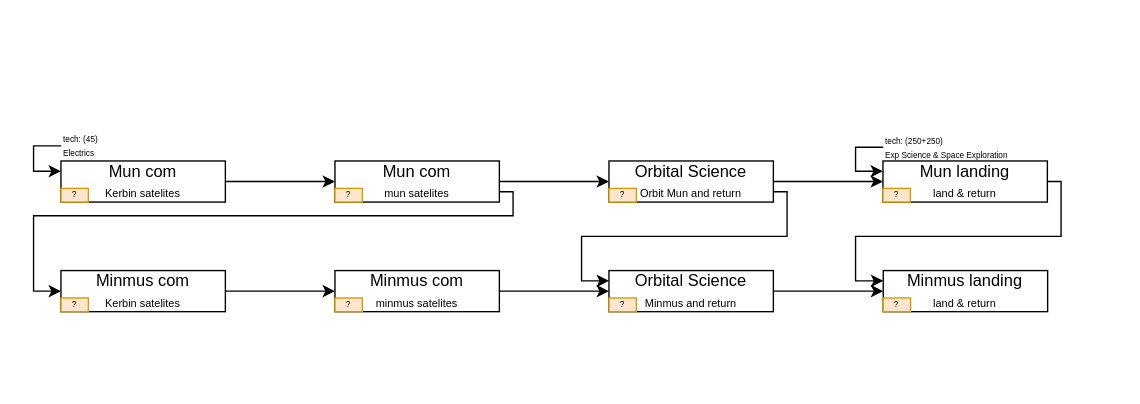
Before: doc/CP4 contracts.drawio in SaphireFalcon/real_career, a draw.io diagram. Source tidied: cells renumbered, new cells numbered last; positions are measured from the earlier drawing's top-left corner, leaving out a move shared by most shapes. Both pictures are drawn from the tidied source at 137%, with x=0, y=0 at pixel (33, 132).
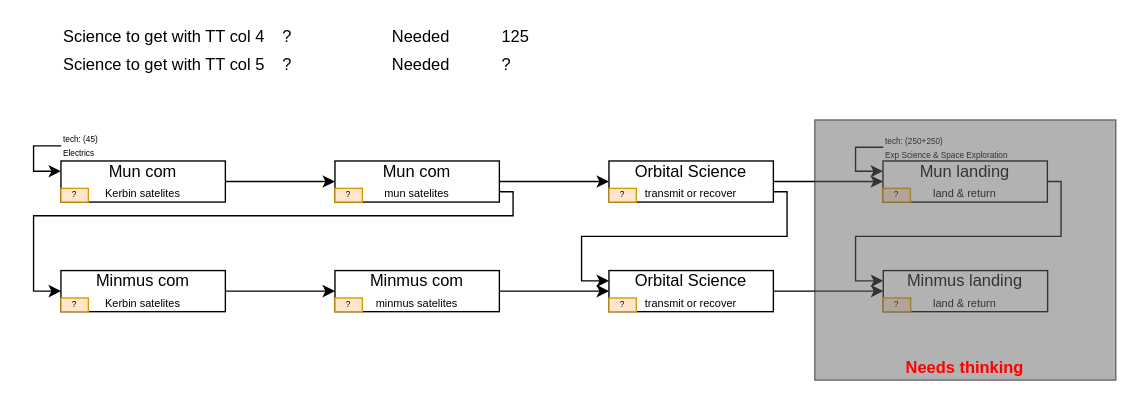
The same diagram, later.

What changed in the source:
```diff
@@
-    <mxCell id="19" value="Orbital Science&lt;br&gt;&lt;span style=&quot;font-size: 8px&quot;&gt;Orbit Mun and return&lt;/span&gt;" style="rounded=0;whiteSpace=wrap;html=1;" parent="1" vertex="1">
+    <mxCell id="19" value="Orbital Science&lt;br&gt;&lt;span style=&quot;font-size: 8px&quot;&gt;transmit or recover&lt;/span&gt;" style="rounded=0;whiteSpace=wrap;html=1;" parent="1" vertex="1">
       <mxGeometry x="420" y="21" width="120" height="30" as="geometry" />
     </mxCell>
@@
-    <mxCell id="22" value="Orbital Science&lt;br&gt;&lt;span style=&quot;font-size: 8px&quot;&gt;Minmus and return&lt;/span&gt;" style="rounded=0;whiteSpace=wrap;html=1;" parent="1" vertex="1">
+    <mxCell id="22" value="Orbital Science&lt;br&gt;&lt;span style=&quot;font-size: 8px&quot;&gt;transmit or recover&lt;/span&gt;" style="rounded=0;whiteSpace=wrap;html=1;" parent="1" vertex="1">
       <mxGeometry x="420" y="101" width="120" height="30" as="geometry" />
     </mxCell>
@@
+    <mxCell id="31" value="&lt;font color=&quot;#ff0000&quot;&gt;Needs thinking&lt;/font&gt;" style="rounded=0;whiteSpace=wrap;html=1;opacity=50;fillColor=#666666;verticalAlign=bottom;fontStyle=1;" parent="1" vertex="1">
+      <mxGeometry x="570.2" y="-9" width="219.8" height="190" as="geometry" />
+    </mxCell>
+    <mxCell id="32" value="Science to get with TT col 4" style="text;html=1;strokeColor=none;fillColor=none;align=left;verticalAlign=middle;whiteSpace=wrap;rounded=0;fontColor=#000000;" parent="1" vertex="1">
+      <mxGeometry x="20" y="-79" width="160" height="20" as="geometry" />
+    </mxCell>
+    <mxCell id="33" value="?" style="text;html=1;strokeColor=none;fillColor=none;align=left;verticalAlign=middle;whiteSpace=wrap;rounded=0;fontColor=#000000;" parent="1" vertex="1">
+      <mxGeometry x="180" y="-79" width="40" height="20" as="geometry" />
+    </mxCell>
+    <mxCell id="34" value="Science to get with TT col 5" style="text;html=1;strokeColor=none;fillColor=none;align=left;verticalAlign=middle;whiteSpace=wrap;rounded=0;fontColor=#000000;" parent="1" vertex="1">
+      <mxGeometry x="20" y="-59" width="160" height="20" as="geometry" />
+    </mxCell>
+    <mxCell id="35" value="?" style="text;html=1;strokeColor=none;fillColor=none;align=left;verticalAlign=middle;whiteSpace=wrap;rounded=0;fontColor=#000000;" parent="1" vertex="1">
+      <mxGeometry x="180" y="-59" width="40" height="20" as="geometry" />
+    </mxCell>
+    <mxCell id="36" value="Needed" style="text;html=1;strokeColor=none;fillColor=none;align=left;verticalAlign=middle;whiteSpace=wrap;rounded=0;fontColor=#000000;" parent="1" vertex="1">
+      <mxGeometry x="260" y="-79" width="80" height="20" as="geometry" />
+    </mxCell>
+    <mxCell id="37" value="125" style="text;html=1;strokeColor=none;fillColor=none;align=left;verticalAlign=middle;whiteSpace=wrap;rounded=0;fontColor=#000000;" parent="1" vertex="1">
+      <mxGeometry x="340" y="-79" width="40" height="20" as="geometry" />
+    </mxCell>
+    <mxCell id="38" value="Needed" style="text;html=1;strokeColor=none;fillColor=none;align=left;verticalAlign=middle;whiteSpace=wrap;rounded=0;fontColor=#000000;" parent="1" vertex="1">
+      <mxGeometry x="260.1" y="-59" width="80" height="20" as="geometry" />
+    </mxCell>
+    <mxCell id="39" value="?" style="text;html=1;strokeColor=none;fillColor=none;align=left;verticalAlign=middle;whiteSpace=wrap;rounded=0;fontColor=#000000;" parent="1" vertex="1">
+      <mxGeometry x="340.1" y="-59" width="40" height="20" as="geometry" />
+    </mxCell>
```
